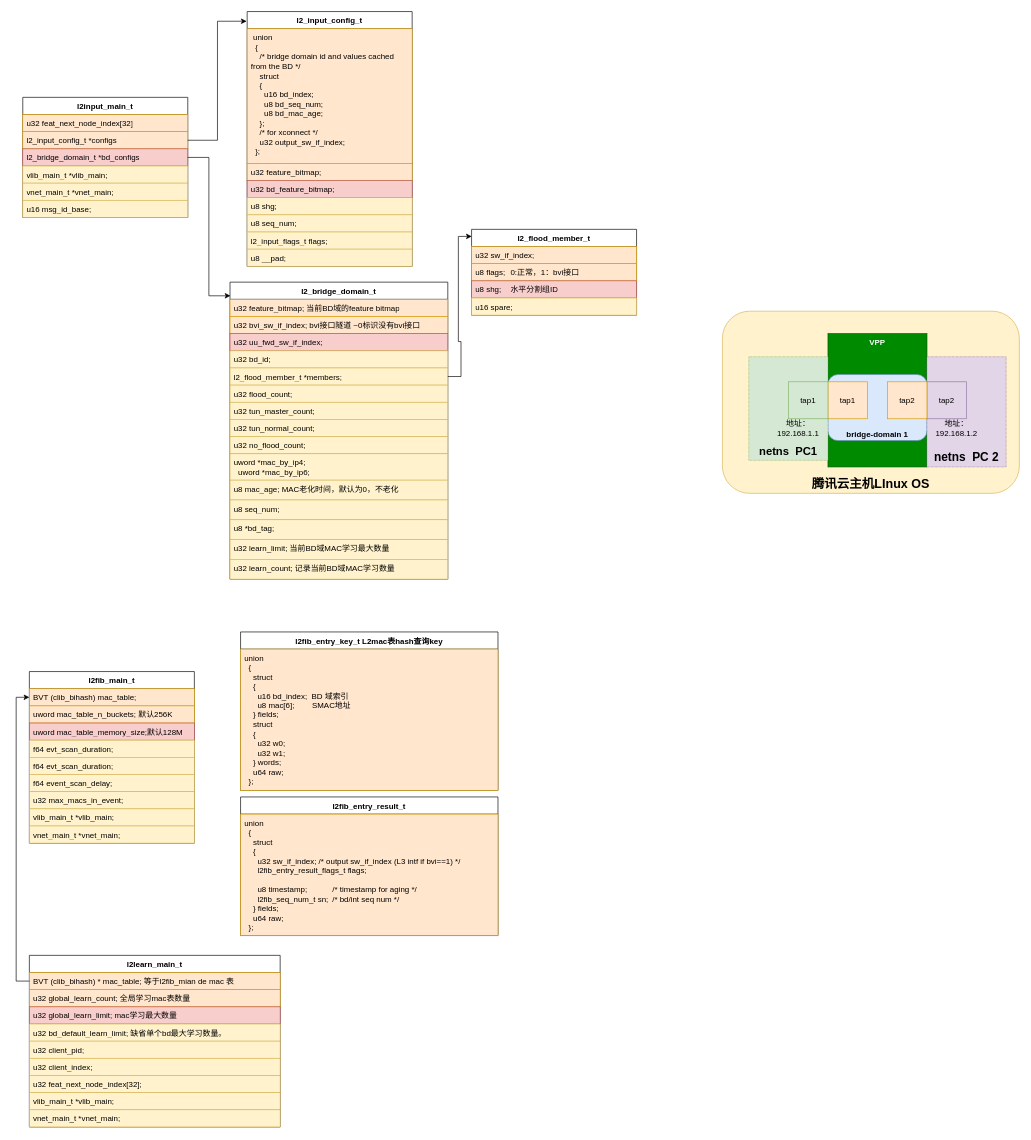
Before: new_map/vnet_l2.drawio in jin13417/dpdk-vpp-learning, a draw.io diagram. Source tidied: cells renumbered, new cells numbered last; positions are measured from the earlier drawing's top-left corner, leaving out a move shared by most shapes. Both pictures are drawn from the tidied source at 66%, with x=0, y=0 at pixel (22, 11).
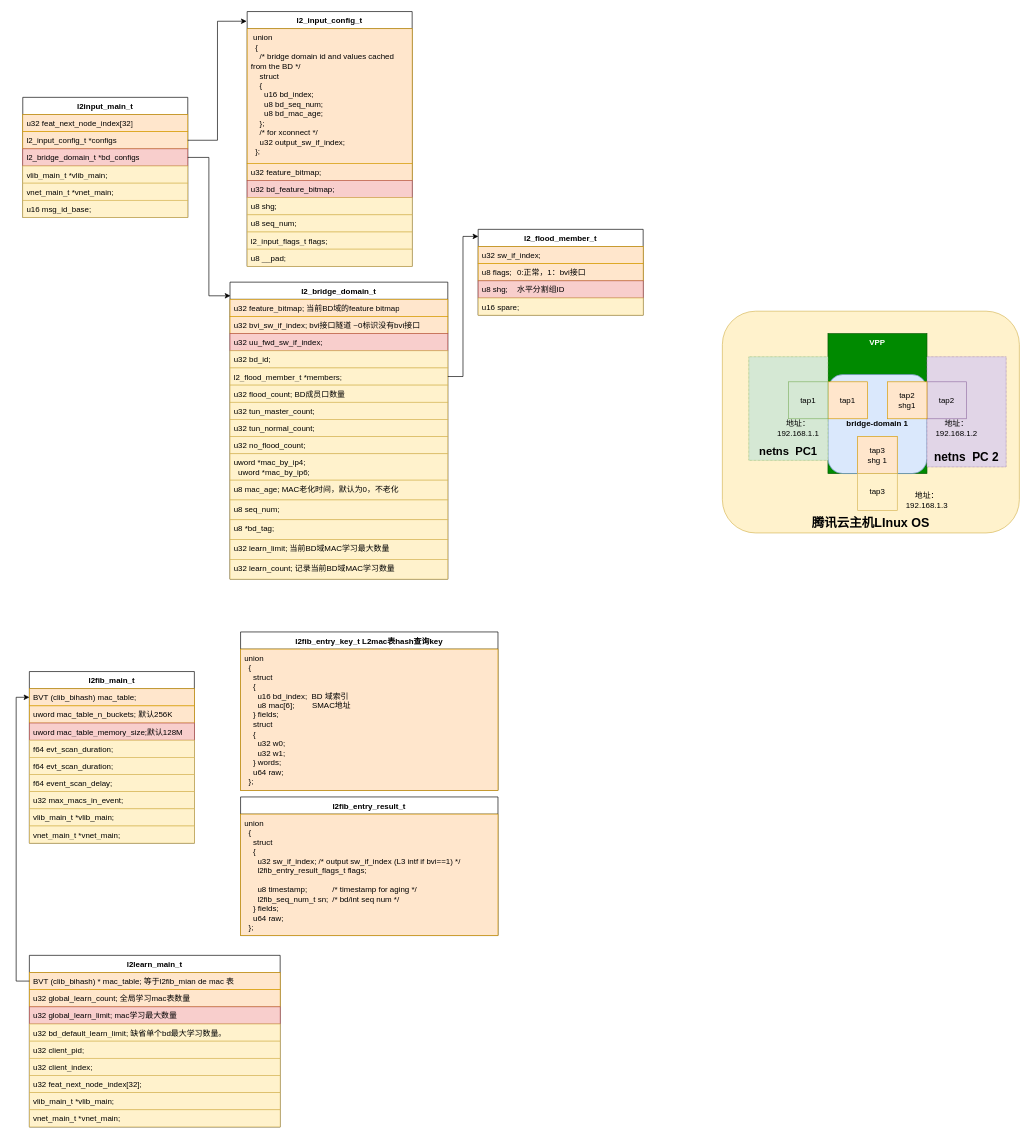
Above is the later version.

The change refers to these unchanged cells:
```xml
<mxCell id="22" value="l2_bridge_domain_t" style="swimlane;fontStyle=1;align=center;verticalAlign=top;horizontal=1;startSize=26;whiteSpace=wrap;html=1;" parent="1" vertex="1">
  <mxGeometry x="314" y="410" width="330" height="450" as="geometry" />
</mxCell>
```

Change to the diagram source:
```diff
@@
     <mxCell id="2" value="腾讯云主机LInux OS" style="rounded=1;whiteSpace=wrap;html=1;fillColor=#fff2cc;strokeColor=#d6b656;verticalAlign=bottom;fontStyle=1;fontSize=19;" parent="1" vertex="1">
-      <mxGeometry x="1060" y="454" width="450" height="276" as="geometry" />
+      <mxGeometry x="1060" y="454" width="450" height="336" as="geometry" />
     </mxCell>
     <mxCell id="3" value="VPP" style="rounded=0;whiteSpace=wrap;html=1;fontStyle=1;align=center;verticalAlign=top;fillColor=#008a00;fontColor=#ffffff;strokeColor=#005700;" parent="1" vertex="1">
-      <mxGeometry x="1220" y="488" width="150" height="202" as="geometry" />
+      <mxGeometry x="1220" y="488" width="150" height="212" as="geometry" />
     </mxCell>
-    <mxCell id="4" value="bridge-domain 1" style="rounded=1;whiteSpace=wrap;html=1;fillColor=#dae8fc;strokeColor=#6c8ebf;verticalAlign=bottom;fontStyle=1;" parent="1" vertex="1">
-      <mxGeometry x="1220" y="550" width="150" height="100" as="geometry" />
+    <mxCell id="4" value="bridge-domain 1" style="rounded=1;whiteSpace=wrap;html=1;fillColor=#dae8fc;strokeColor=#6c8ebf;verticalAlign=middle;fontStyle=1;" parent="1" vertex="1">
+      <mxGeometry x="1220" y="550" width="150" height="150" as="geometry" />
     </mxCell>
@@
-    <mxCell id="28" value="u32 flood_count;" style="text;strokeColor=#d6b656;fillColor=#fff2cc;align=left;verticalAlign=top;spacingLeft=4;spacingRight=4;overflow=hidden;whiteSpace=wrap;html=1;" parent="22" vertex="1">
+    <mxCell id="28" value="u32 flood_count; BD成员口数量" style="text;strokeColor=#d6b656;fillColor=#fff2cc;align=left;verticalAlign=top;spacingLeft=4;spacingRight=4;overflow=hidden;whiteSpace=wrap;html=1;" parent="22" vertex="1">
       <mxGeometry y="156" width="330" height="26" as="geometry" />
     </mxCell>
@@
-    <mxCell id="57" value="tap2" style="text;html=1;align=center;verticalAlign=middle;whiteSpace=wrap;rounded=0;strokeColor=#d79b00;fillColor=#ffe6cc;" parent="1" vertex="1">
+    <mxCell id="57" value="tap2&lt;div&gt;shg1&lt;/div&gt;" style="text;html=1;align=center;verticalAlign=middle;whiteSpace=wrap;rounded=0;strokeColor=#d79b00;fillColor=#ffe6cc;" parent="1" vertex="1">
       <mxGeometry x="1310" y="561" width="60" height="56" as="geometry" />
     </mxCell>
@@
     <mxCell id="71" value="l2_flood_member_t" style="swimlane;fontStyle=1;align=center;verticalAlign=top;horizontal=1;startSize=26;whiteSpace=wrap;html=1;" parent="1" vertex="1">
-      <mxGeometry x="680" y="330" width="250" height="130" as="geometry" />
+      <mxGeometry x="690" y="330" width="250" height="130" as="geometry" />
     </mxCell>
@@
+    <mxCell id="77" value="tap3&lt;div&gt;shg 1&lt;/div&gt;" style="text;html=1;align=center;verticalAlign=middle;whiteSpace=wrap;rounded=0;strokeColor=#d79b00;fillColor=#ffe6cc;" parent="1" vertex="1">
+      <mxGeometry x="1265" y="644" width="60" height="56" as="geometry" />
+    </mxCell>
+    <mxCell id="78" value="tap3" style="text;html=1;align=center;verticalAlign=middle;whiteSpace=wrap;rounded=0;strokeColor=#d6b656;fillColor=#fff2cc;" parent="1" vertex="1">
+      <mxGeometry x="1265" y="700" width="60" height="56" as="geometry" />
+    </mxCell>
+    <mxCell id="79" value="地址：192.168.1.3" style="text;html=1;align=center;verticalAlign=middle;whiteSpace=wrap;rounded=0;" parent="1" vertex="1">
+      <mxGeometry x="1325" y="726" width="90" height="30" as="geometry" />
+    </mxCell>
```
